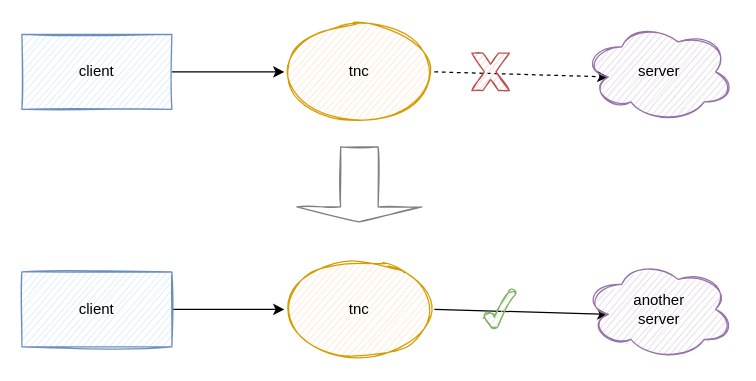
Before: tnc-保守淘汰.drawio in wangpengfeido/my-diagrams, a draw.io diagram. Source tidied: cells renumbered, new cells numbered last; positions are measured from the earlier drawing's top-left corner, leaving out a move shared by most shapes. Both pictures are drawn from the tidied source at 125%, with x=0, y=0 at pixel (21, 21).
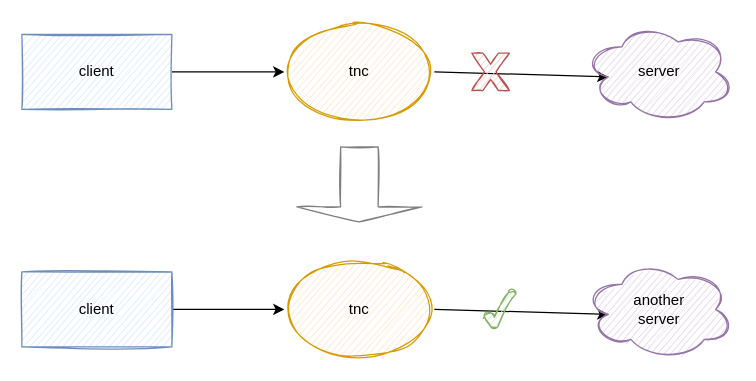
Above is the later version.

The edit, as a diff of the source:
```diff
@@
 <mxGraphModel>
   <root>
     <mxCell id="0" />
     <mxCell id="1" parent="0" />
     <mxCell id="2" style="edgeStyle=orthogonalEdgeStyle;rounded=0;jettySize=auto;html=1;exitX=1;exitY=0.5;exitDx=0;exitDy=0;" parent="1" edge="1" source="3" target="5">
       <mxGeometry relative="1" as="geometry" />
     </mxCell>
     <mxCell id="3" value="client" style="rounded=0;whiteSpace=wrap;html=1;sketch=1;fillColor=#dae8fc;strokeColor=#6c8ebf;shadow=0;glass=0;" parent="1" vertex="1">
       <mxGeometry y="10" width="120" height="60" as="geometry" />
     </mxCell>
-    <mxCell id="4" style="rounded=0;jettySize=auto;html=1;exitX=1;exitY=0.5;exitDx=0;exitDy=0;entryX=0.16;entryY=0.55;entryDx=0;entryDy=0;entryPerimeter=0;dashed=1;" parent="1" edge="1" source="5" target="6">
+    <mxCell id="4" style="rounded=0;jettySize=auto;html=1;exitX=1;exitY=0.5;exitDx=0;exitDy=0;entryX=0.16;entryY=0.55;entryDx=0;entryDy=0;entryPerimeter=0;" parent="1" edge="1" source="5" target="6">
       <mxGeometry relative="1" as="geometry" />
     </mxCell>
     <mxCell id="5" value="tnc" style="ellipse;whiteSpace=wrap;html=1;rounded=0;shadow=0;glass=0;sketch=1;fillColor=#ffe6cc;strokeColor=#d79b00;" parent="1" vertex="1">
       <mxGeometry x="210" width="120" height="80" as="geometry" />
     </mxCell>
     <mxCell id="6" value="server" style="ellipse;shape=cloud;whiteSpace=wrap;html=1;rounded=0;shadow=0;glass=0;sketch=1;fillColor=#e1d5e7;strokeColor=#9673a6;" parent="1" vertex="1">
       <mxGeometry x="450" width="120" height="80" as="geometry" />
     </mxCell>
     <mxCell id="7" style="verticalLabelPosition=bottom;verticalAlign=top;html=1;shape=mxgraph.basic.x;sketch=1;fillColor=#f8cecc;strokeColor=#b85450;" parent="1" vertex="1">
       <mxGeometry x="360" y="25" width="30" height="30" as="geometry" />
     </mxCell>
     <mxCell id="8" style="edgeStyle=orthogonalEdgeStyle;rounded=0;jettySize=auto;html=1;exitX=1;exitY=0.5;exitDx=0;exitDy=0;" parent="1" edge="1" source="9" target="11">
       <mxGeometry relative="1" as="geometry" />
     </mxCell>
     <mxCell id="9" value="client" style="rounded=0;whiteSpace=wrap;html=1;sketch=1;fillColor=#dae8fc;strokeColor=#6c8ebf;shadow=0;glass=0;" parent="1" vertex="1">
       <mxGeometry y="200" width="120" height="60" as="geometry" />
     </mxCell>
     <mxCell id="10" style="rounded=0;jettySize=auto;html=1;exitX=1;exitY=0.5;exitDx=0;exitDy=0;entryX=0.16;entryY=0.55;entryDx=0;entryDy=0;entryPerimeter=0;" parent="1" edge="1" source="11" target="12">
       <mxGeometry relative="1" as="geometry" />
     </mxCell>
     <mxCell id="11" value="tnc" style="ellipse;whiteSpace=wrap;html=1;rounded=0;shadow=0;glass=0;sketch=1;fillColor=#ffe6cc;strokeColor=#d79b00;" parent="1" vertex="1">
       <mxGeometry x="210" y="190" width="120" height="80" as="geometry" />
     </mxCell>
     <mxCell id="12" value="another&lt;br&gt;server" style="ellipse;shape=cloud;whiteSpace=wrap;html=1;rounded=0;shadow=0;glass=0;sketch=1;fillColor=#e1d5e7;strokeColor=#9673a6;" parent="1" vertex="1">
       <mxGeometry x="450" y="190" width="120" height="80" as="geometry" />
     </mxCell>
     <mxCell id="13" style="verticalLabelPosition=bottom;verticalAlign=top;html=1;shape=mxgraph.basic.tick;sketch=1;fillColor=#d5e8d4;strokeColor=#82b366;" parent="1" vertex="1">
       <mxGeometry x="370" y="215" width="25.5" height="30" as="geometry" />
     </mxCell>
     <mxCell id="14" style="shape=singleArrow;direction=south;whiteSpace=wrap;html=1;sketch=1;fillColor=#ffffff;opacity=50;" parent="1" vertex="1">
       <mxGeometry x="220" y="100" width="100" height="60" as="geometry" />
     </mxCell>
   </root>
 </mxGraphModel>
```
